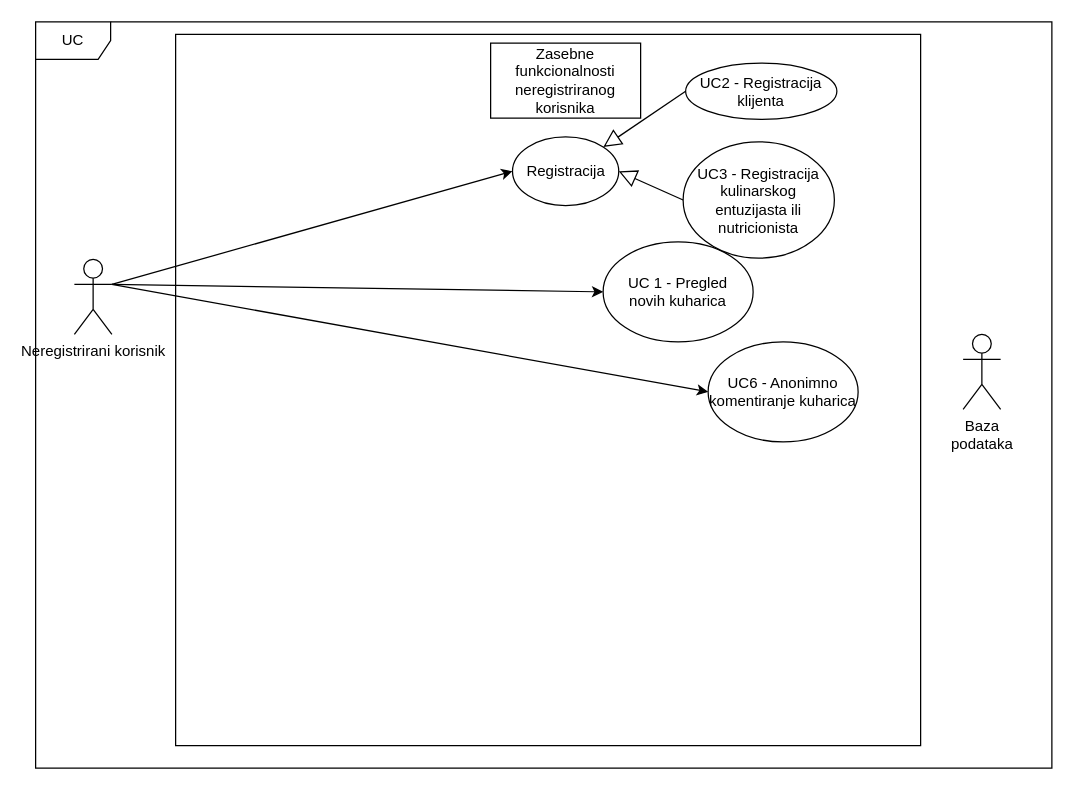
The draw.io diagram Dokumentacija/Dijagrami/DijagramObrazacaUporabeNeregistriranogKorisnika.drawio in glatkobrasno/wall-e-zohari, before the edit. Source tidied: cells renumbered, new cells numbered last; positions are measured from the earlier drawing's top-left corner, leaving out a move shared by most shapes. Both pictures are drawn from the tidied source at 125%, with x=0, y=0 at pixel (35, 21).
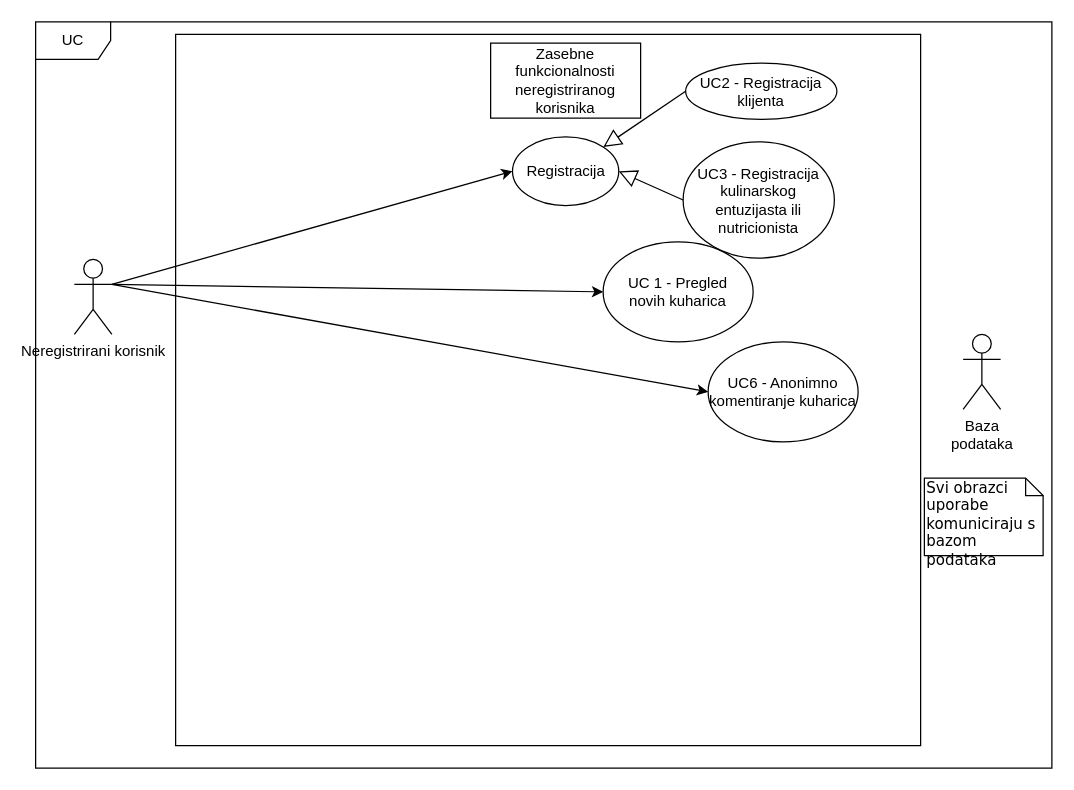
After the change.

What changed in the source:
```diff
@@
 <mxGraphModel>
   <root>
     <mxCell id="0" />
     <mxCell id="1" parent="0" />
     <mxCell id="2" style="html=1;whiteSpace=wrap;" parent="1" vertex="1">
       <mxGeometry x="112" y="10" width="596" height="569" as="geometry" />
     </mxCell>
     <mxCell id="3" value="Neregistrirani korisnik" style="shape=umlActor;verticalLabelPosition=bottom;verticalAlign=top;html=1;outlineConnect=0;labelBackgroundColor=none;rounded=0;" parent="1" vertex="1">
       <mxGeometry x="31" y="190" width="30" height="60" as="geometry" />
     </mxCell>
     <mxCell id="4" value="Baza&lt;br&gt;podataka" style="shape=umlActor;verticalLabelPosition=bottom;verticalAlign=top;html=1;" parent="1" vertex="1">
       <mxGeometry x="742" y="250" width="30" height="60" as="geometry" />
     </mxCell>
     <mxCell id="5" value="UC" style="shape=umlFrame;whiteSpace=wrap;html=1;" parent="1" vertex="1">
       <mxGeometry width="813" height="597" as="geometry" />
     </mxCell>
     <mxCell id="6" value="Zasebne funkcionalnosti neregistriranog korisnika" style="rounded=0;whiteSpace=wrap;html=1;" parent="1" vertex="1">
       <mxGeometry x="364" y="17" width="120" height="60" as="geometry" />
     </mxCell>
     <mxCell id="7" value="UC 1 - Pregled&lt;br&gt;novih kuharica" style="ellipse;whiteSpace=wrap;html=1;" parent="1" vertex="1">
       <mxGeometry x="454" y="176" width="120" height="80" as="geometry" />
     </mxCell>
     <mxCell id="8" style="endArrow=classic;html=1;exitX=1;exitY=0.3333333333333333;exitDx=0;exitDy=0;exitPerimeter=0;entryX=0;entryY=0.5;entryDx=0;entryDy=0;" parent="1" edge="1" source="3" target="7">
       <mxGeometry relative="1" as="geometry" />
     </mxCell>
     <mxCell id="9" value="Registracija" style="ellipse;whiteSpace=wrap;html=1;" parent="1" vertex="1">
       <mxGeometry x="381.5" y="92" width="85" height="55" as="geometry" />
     </mxCell>
     <mxCell id="10" value="UC2 - Registracija klijenta" style="ellipse;whiteSpace=wrap;html=1;" parent="1" vertex="1">
       <mxGeometry x="520" y="33" width="121" height="45" as="geometry" />
     </mxCell>
     <mxCell id="11" value="UC3 - Registracija kulinarskog entuzijasta ili nutricionista" style="ellipse;whiteSpace=wrap;html=1;" parent="1" vertex="1">
       <mxGeometry x="518" y="96" width="121" height="93" as="geometry" />
     </mxCell>
     <mxCell id="12" style="endArrow=classic;html=1;exitX=1;exitY=0.3333333333333333;exitDx=0;exitDy=0;exitPerimeter=0;entryX=0;entryY=0.5;entryDx=0;entryDy=0;" parent="1" edge="1" source="3" target="9">
       <mxGeometry relative="1" as="geometry" />
     </mxCell>
     <mxCell id="13" style="edgeStyle=none;html=1;endArrow=block;endFill=0;endSize=12;verticalAlign=bottom;exitX=0;exitY=0.5;exitDx=0;exitDy=0;entryX=1;entryY=0.5;entryDx=0;entryDy=0;" parent="1" edge="1" source="11" target="9">
       <mxGeometry relative="1" as="geometry" />
     </mxCell>
     <mxCell id="14" style="edgeStyle=none;html=1;endArrow=block;endFill=0;endSize=12;verticalAlign=bottom;entryX=1;entryY=0;entryDx=0;entryDy=0;exitX=0;exitY=0.5;exitDx=0;exitDy=0;" parent="1" edge="1" source="10" target="9">
       <mxGeometry relative="1" as="geometry" />
     </mxCell>
     <mxCell id="15" value="UC6 - Anonimno komentiranje kuharica" style="ellipse;whiteSpace=wrap;html=1;" parent="1" vertex="1">
       <mxGeometry x="538" y="256" width="120" height="80" as="geometry" />
     </mxCell>
     <mxCell id="16" style="endArrow=classic;html=1;rounded=0;exitX=1;exitY=0.3333333333333333;exitDx=0;exitDy=0;exitPerimeter=0;entryX=0;entryY=0.5;entryDx=0;entryDy=0;" parent="1" edge="1" source="3" target="15">
       <mxGeometry relative="1" as="geometry" />
     </mxCell>
+    <mxCell id="17" value="Svi obrazci uporabe komuniciraju s bazom podataka" style="shape=note;whiteSpace=wrap;html=1;size=14;verticalAlign=top;align=left;spacingTop=-6;rounded=0;shadow=0;comic=0;labelBackgroundColor=none;strokeWidth=1;fontFamily=Verdana;fontSize=12;" parent="1" vertex="1">
+      <mxGeometry x="711" y="365" width="95" height="62" as="geometry" />
+    </mxCell>
   </root>
 </mxGraphModel>
```
